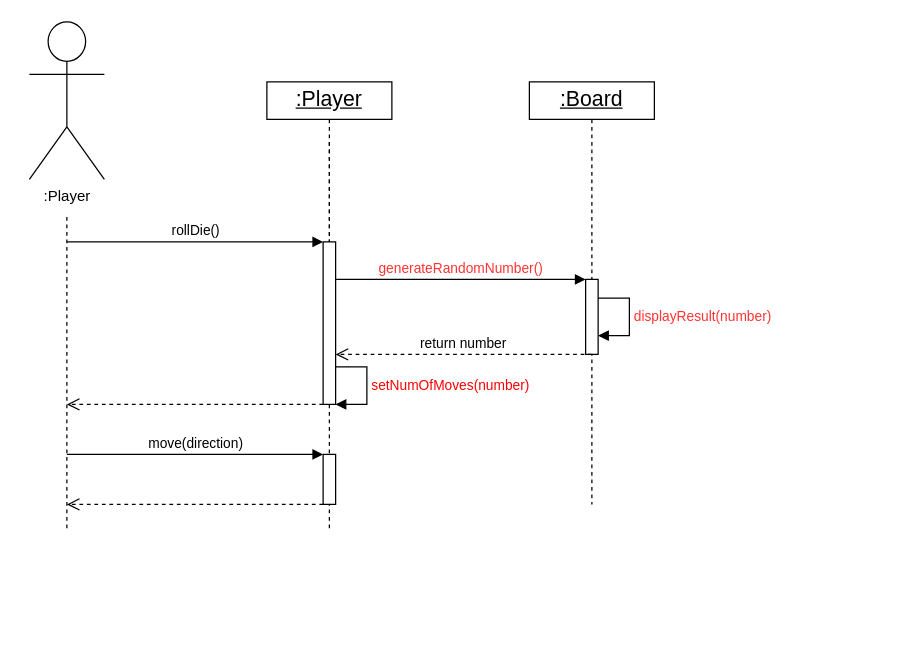
This is page "Move Player" (2 of 5) of Deliverables/Semester 1/PDF Report/Diagrams/Sequence Diagrams/Peter's Sequence diagrams.drawio from Xelodico/engineers-without-borders, a draw.io file, before an edit. Source tidied: cells renumbered, new cells numbered last; positions are measured from the earlier drawing's top-left corner, leaving out a move shared by most shapes. Both pictures are drawn from the tidied source at 125%, with x=0, y=0 at pixel (29, 21).
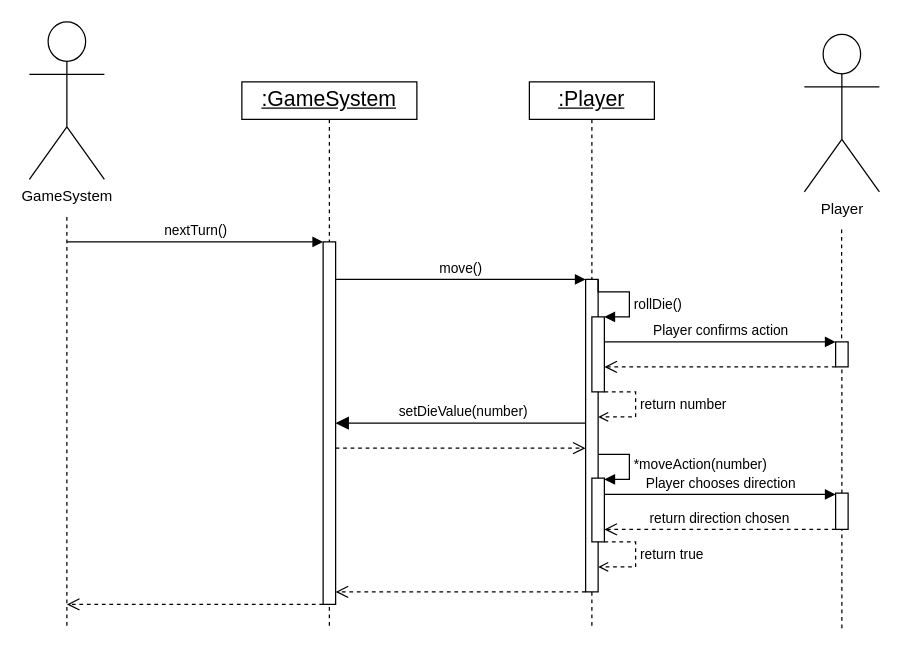
The same diagram, later.

Change to the diagram source:
```diff
@@
+    <mxCell id="13" value="setDieValue(number)" style="html=1;verticalAlign=bottom;endArrow=block;endSize=8;curved=0;rounded=0;endFill=1;" parent="1" edge="1">
+      <mxGeometry relative="1" as="geometry">
+        <mxPoint x="450" y="321" as="sourcePoint" />
+        <mxPoint x="245" y="321" as="targetPoint" />
+      </mxGeometry>
+    </mxCell>
     <mxCell id="2" style="edgeStyle=orthogonalEdgeStyle;rounded=0;orthogonalLoop=1;jettySize=auto;html=1;dashed=1;endArrow=none;endFill=0;" parent="1" edge="1">
       <mxGeometry relative="1" as="geometry">
         <mxPoint x="30" y="156" as="sourcePoint" />
-        <mxPoint x="30" y="406" as="targetPoint" />
+        <mxPoint x="30" y="486" as="targetPoint" />
       </mxGeometry>
     </mxCell>
-    <mxCell id="3" value=":Player" style="shape=umlActor;verticalLabelPosition=bottom;verticalAlign=top;html=1;" parent="1" vertex="1">
+    <mxCell id="3" value="GameSystem" style="shape=umlActor;verticalLabelPosition=bottom;verticalAlign=top;html=1;" parent="1" vertex="1">
       <mxGeometry width="60" height="126" as="geometry" />
     </mxCell>
-    <mxCell id="4" value="rollDie()" style="html=1;verticalAlign=bottom;endArrow=block;curved=0;rounded=0;" parent="1" edge="1" target="9">
+    <mxCell id="4" value="nextTurn()" style="html=1;verticalAlign=bottom;endArrow=block;curved=0;rounded=0;" parent="1" edge="1" target="9">
       <mxGeometry relative="1" as="geometry">
         <mxPoint x="30" y="176" as="sourcePoint" />
       </mxGeometry>
     </mxCell>
-    <mxCell id="5" value=":Player" style="html=1;whiteSpace=wrap;fontStyle=4;fontSize=17;horizontal=1;" parent="1" vertex="1">
-      <mxGeometry x="190" y="48" width="100" height="30" as="geometry" />
+    <mxCell id="5" value=":GameSystem" style="html=1;whiteSpace=wrap;fontStyle=4;fontSize=17;horizontal=1;" parent="1" vertex="1">
+      <mxGeometry x="170" y="48" width="140" height="30" as="geometry" />
     </mxCell>
-    <mxCell id="6" style="edgeStyle=orthogonalEdgeStyle;rounded=0;orthogonalLoop=1;jettySize=auto;html=1;dashed=1;endArrow=none;endFill=0;exitX=0.5;exitY=1;exitDx=0;exitDy=0;" parent="1" edge="1">
+    <mxCell id="6" style="edgeStyle=orthogonalEdgeStyle;rounded=0;jettySize=auto;html=1;dashed=1;endArrow=none;endFill=0;exitX=0.5;exitY=1;exitDx=0;exitDy=0;" parent="1" edge="1" source="5">
       <mxGeometry relative="1" as="geometry">
-        <mxPoint x="240" y="96" as="sourcePoint" />
-        <mxPoint x="240" y="406" as="targetPoint" />
-        <Array as="points">
-          <mxPoint x="240" y="386" />
-        </Array>
+        <mxPoint x="240" y="486" as="targetPoint" />
       </mxGeometry>
     </mxCell>
-    <mxCell id="7" style="html=1;verticalAlign=bottom;endArrow=open;dashed=1;endSize=8;curved=0;rounded=0;" parent="1" edge="1">
-      <mxGeometry relative="1" as="geometry">
-        <mxPoint x="235" y="306" as="sourcePoint" />
-        <mxPoint x="30" y="306" as="targetPoint" />
-      </mxGeometry>
-    </mxCell>
-    <mxCell id="8" style="edgeStyle=orthogonalEdgeStyle;rounded=0;jettySize=auto;html=1;dashed=1;endArrow=none;endFill=0;exitX=0.5;exitY=1;exitDx=0;exitDy=0;" parent="1" edge="1" source="5" target="9">
-      <mxGeometry relative="1" as="geometry">
-        <Array as="points">
-          <mxPoint x="240" y="186" />
-          <mxPoint x="240" y="186" />
-        </Array>
-      </mxGeometry>
-    </mxCell>
     <mxCell id="9" style="html=1;points=[[0,0,0,0,5],[0,1,0,0,-5],[1,0,0,0,5],[1,1,0,0,-5]];perimeter=orthogonalPerimeter;outlineConnect=0;targetShapes=umlLifeline;portConstraint=eastwest;newEdgeStyle={&quot;curved&quot;:0,&quot;rounded&quot;:0};" parent="1" vertex="1">
-      <mxGeometry x="235" y="176" width="10" height="130" as="geometry" />
+      <mxGeometry x="235" y="176" width="10" height="290" as="geometry" />
     </mxCell>
     <mxCell id="10" style="edgeStyle=orthogonalEdgeStyle;rounded=0;jettySize=auto;html=1;dashed=1;endArrow=none;endFill=0;exitX=0.5;exitY=1;exitDx=0;exitDy=0;" parent="1" edge="1" source="19">
       <mxGeometry relative="1" as="geometry">
-        <mxPoint x="450" y="386" as="targetPoint" />
+        <mxPoint x="450" y="486" as="targetPoint" />
+        <Array as="points">
+          <mxPoint x="450" y="186" />
+          <mxPoint x="450" y="186" />
+        </Array>
       </mxGeometry>
     </mxCell>
     <mxCell id="11" style="html=1;points=[[0,0,0,0,5],[0,1,0,0,-5],[1,0,0,0,5],[1,1,0,0,-5]];perimeter=orthogonalPerimeter;outlineConnect=0;targetShapes=umlLifeline;portConstraint=eastwest;newEdgeStyle={&quot;curved&quot;:0,&quot;rounded&quot;:0};" parent="1" vertex="1">
-      <mxGeometry x="445" y="206" width="10" height="60" as="geometry" />
+      <mxGeometry x="445" y="206" width="10" height="250" as="geometry" />
     </mxCell>
-    <mxCell id="12" value="&lt;font color=&quot;#ff3333&quot;&gt;generateRandomNumber()&lt;/font&gt;" style="html=1;verticalAlign=bottom;endArrow=block;curved=0;rounded=0;" parent="1" edge="1" target="11">
+    <mxCell id="12" value="&lt;font&gt;move()&lt;/font&gt;" style="html=1;verticalAlign=bottom;endArrow=block;curved=0;rounded=0;fontColor=#000000;" parent="1" edge="1" target="11">
       <mxGeometry relative="1" as="geometry">
         <mxPoint x="245" y="206" as="sourcePoint" />
       </mxGeometry>
     </mxCell>
-    <mxCell id="13" value="return number" style="html=1;verticalAlign=bottom;endArrow=open;dashed=1;endSize=8;curved=0;rounded=0;" parent="1" edge="1">
-      <mxGeometry relative="1" as="geometry">
-        <mxPoint x="450" y="266" as="sourcePoint" />
-        <mxPoint x="245" y="266" as="targetPoint" />
-      </mxGeometry>
-    </mxCell>
-    <mxCell id="14" value="displayResult(number)" style="html=1;align=left;spacingLeft=2;endArrow=block;rounded=0;edgeStyle=orthogonalEdgeStyle;curved=0;rounded=0;fontColor=#FF3333;" parent="1" edge="1">
-      <mxGeometry relative="1" as="geometry">
-        <mxPoint x="455" y="221" as="sourcePoint" />
-        <mxPoint x="455" y="251" as="targetPoint" />
+    <mxCell id="14" value="rollDie()" style="html=1;align=left;spacingLeft=2;endArrow=block;rounded=0;edgeStyle=orthogonalEdgeStyle;curved=0;rounded=0;fontColor=#000000;" parent="1" edge="1" target="20">
+      <mxGeometry x="0.2" relative="1" as="geometry">
+        <mxPoint x="455" y="206" as="sourcePoint" />
         <Array as="points">
-          <mxPoint x="480" y="251" />
+          <mxPoint x="455" y="216" />
+          <mxPoint x="480" y="216" />
+          <mxPoint x="480" y="236" />
         </Array>
       </mxGeometry>
     </mxCell>
-    <mxCell id="15" value="move(direction)" style="html=1;verticalAlign=bottom;endArrow=block;curved=0;rounded=0;" parent="1" edge="1">
-      <mxGeometry relative="1" as="geometry">
-        <mxPoint x="30" y="346" as="sourcePoint" />
-        <mxPoint x="235" y="346" as="targetPoint" />
-      </mxGeometry>
-    </mxCell>
-    <mxCell id="16" style="html=1;perimeter=orthogonalPerimeter;targetShapes=umlLifeline;newEdgeStyle={&quot;curved&quot;:0,&quot;rounded&quot;:0};" parent="1" vertex="1">
-      <mxGeometry x="235" y="346" width="10" height="40" as="geometry" />
-    </mxCell>
     <mxCell id="17" style="html=1;verticalAlign=bottom;endArrow=open;dashed=1;endSize=8;curved=0;rounded=0;" parent="1" edge="1">
       <mxGeometry relative="1" as="geometry">
-        <mxPoint x="235" y="386" as="sourcePoint" />
-        <mxPoint x="30" y="386" as="targetPoint" />
+        <mxPoint x="235" y="466" as="sourcePoint" />
+        <mxPoint x="30" y="466" as="targetPoint" />
       </mxGeometry>
     </mxCell>
-    <mxCell id="18" value="setNumOfMoves(number)" style="html=1;align=left;spacingLeft=2;endArrow=block;rounded=0;edgeStyle=orthogonalEdgeStyle;curved=0;rounded=0;fontColor=#FF0000;" parent="1" edge="1">
-      <mxGeometry relative="1" as="geometry">
-        <mxPoint x="245" y="276" as="sourcePoint" />
-        <mxPoint x="245" y="306" as="targetPoint" />
-        <Array as="points">
-          <mxPoint x="270" y="306" />
-        </Array>
-      </mxGeometry>
-    </mxCell>
-    <mxCell id="19" value=":Board" style="html=1;whiteSpace=wrap;fontStyle=4;fontSize=17;horizontal=1;" parent="1" vertex="1">
+    <mxCell id="19" value=":Player" style="html=1;whiteSpace=wrap;fontStyle=4;fontSize=17;horizontal=1;" parent="1" vertex="1">
       <mxGeometry x="400" y="48" width="100" height="30" as="geometry" />
     </mxCell>
+    <mxCell id="20" style="html=1;points=[[0,0,0,0,5],[0,1,0,0,-5],[1,0,0,0,5],[1,1,0,0,-5]];perimeter=orthogonalPerimeter;outlineConnect=0;targetShapes=umlLifeline;portConstraint=eastwest;newEdgeStyle={&quot;curved&quot;:0,&quot;rounded&quot;:0};" parent="1" vertex="1">
+      <mxGeometry x="450" y="236" width="10" height="60" as="geometry" />
+    </mxCell>
+    <mxCell id="21" value="return number" style="html=1;align=left;spacingLeft=2;endArrow=open;rounded=0;edgeStyle=orthogonalEdgeStyle;curved=0;rounded=0;fontColor=#000000;dashed=1;endFill=0;" parent="1" edge="1">
+      <mxGeometry x="-0.07" relative="1" as="geometry">
+        <mxPoint x="460" y="296" as="sourcePoint" />
+        <mxPoint x="455" y="316" as="targetPoint" />
+        <Array as="points">
+          <mxPoint x="485" y="296" />
+          <mxPoint x="485" y="316" />
+        </Array>
+      </mxGeometry>
+    </mxCell>
+    <mxCell id="22" style="html=1;verticalAlign=bottom;endArrow=open;dashed=1;endSize=8;curved=0;rounded=0;" parent="1" edge="1">
+      <mxGeometry relative="1" as="geometry">
+        <mxPoint x="245" y="341" as="sourcePoint" />
+        <mxPoint x="445" y="341" as="targetPoint" />
+      </mxGeometry>
+    </mxCell>
+    <mxCell id="23" value="*moveAction(number)" style="html=1;align=left;spacingLeft=2;endArrow=block;rounded=0;edgeStyle=orthogonalEdgeStyle;curved=0;rounded=0;fontColor=#000000;strokeColor=#000000;" parent="1" edge="1">
+      <mxGeometry relative="1" as="geometry">
+        <mxPoint x="455" y="346" as="sourcePoint" />
+        <mxPoint x="460" y="366" as="targetPoint" />
+        <Array as="points">
+          <mxPoint x="480" y="346" />
+          <mxPoint x="480" y="366" />
+        </Array>
+      </mxGeometry>
+    </mxCell>
+    <mxCell id="24" style="html=1;verticalAlign=bottom;endArrow=open;dashed=1;endSize=8;curved=0;rounded=0;" parent="1" edge="1">
+      <mxGeometry relative="1" as="geometry">
+        <mxPoint x="445" y="456" as="sourcePoint" />
+        <mxPoint x="245" y="456" as="targetPoint" />
+      </mxGeometry>
+    </mxCell>
+    <mxCell id="25" value="Player" style="shape=umlActor;verticalLabelPosition=bottom;verticalAlign=top;html=1;" parent="1" vertex="1">
+      <mxGeometry x="620" y="10" width="60" height="126" as="geometry" />
+    </mxCell>
+    <mxCell id="26" value="Player confirms action" style="html=1;verticalAlign=bottom;endArrow=block;curved=0;rounded=0;fontColor=#000000;strokeColor=#000000;" parent="1" edge="1">
+      <mxGeometry relative="1" as="geometry">
+        <mxPoint x="460" y="256" as="sourcePoint" />
+        <mxPoint x="645" y="256" as="targetPoint" />
+      </mxGeometry>
+    </mxCell>
+    <mxCell id="27" style="edgeStyle=orthogonalEdgeStyle;rounded=0;jettySize=auto;html=1;dashed=1;endArrow=none;endFill=0;exitX=0.5;exitY=1;exitDx=0;exitDy=0;startArrow=none;" parent="1" edge="1" source="29">
+      <mxGeometry relative="1" as="geometry">
+        <mxPoint x="650" y="486" as="targetPoint" />
+        <Array as="points">
+          <mxPoint x="649.8" y="274" />
+          <mxPoint x="649.8" y="274" />
+        </Array>
+      </mxGeometry>
+    </mxCell>
+    <mxCell id="28" style="edgeStyle=orthogonalEdgeStyle;rounded=0;jettySize=auto;html=1;dashed=1;endArrow=none;endFill=0;exitX=0.5;exitY=1;exitDx=0;exitDy=0;" parent="1" edge="1" target="29">
+      <mxGeometry relative="1" as="geometry">
+        <mxPoint x="649.8" y="166" as="sourcePoint" />
+        <Array as="points">
+          <mxPoint x="650" y="226" />
+          <mxPoint x="650" y="226" />
+        </Array>
+      </mxGeometry>
+    </mxCell>
+    <mxCell id="29" style="html=1;points=[[0,0,0,0,5],[0,1,0,0,-5],[1,0,0,0,5],[1,1,0,0,-5]];perimeter=orthogonalPerimeter;outlineConnect=0;targetShapes=umlLifeline;portConstraint=eastwest;newEdgeStyle={&quot;curved&quot;:0,&quot;rounded&quot;:0};" parent="1" vertex="1">
+      <mxGeometry x="645" y="256" width="10" height="20" as="geometry" />
+    </mxCell>
+    <mxCell id="30" style="html=1;points=[[0,0,0,0,5],[0,1,0,0,-5],[1,0,0,0,5],[1,1,0,0,-5]];perimeter=orthogonalPerimeter;outlineConnect=0;targetShapes=umlLifeline;portConstraint=eastwest;newEdgeStyle={&quot;curved&quot;:0,&quot;rounded&quot;:0};" parent="1" vertex="1">
+      <mxGeometry x="450" y="365" width="10" height="51" as="geometry" />
+    </mxCell>
+    <mxCell id="31" style="html=1;verticalAlign=bottom;endArrow=open;dashed=1;endSize=8;curved=0;rounded=0;" parent="1" edge="1" source="29">
+      <mxGeometry relative="1" as="geometry">
+        <mxPoint x="460" y="276" as="targetPoint" />
+      </mxGeometry>
+    </mxCell>
+    <mxCell id="32" value="Player chooses direction" style="html=1;verticalAlign=bottom;endArrow=block;curved=0;rounded=0;fontColor=#000000;" parent="1" edge="1" source="30">
+      <mxGeometry relative="1" as="geometry">
+        <mxPoint x="645" y="378" as="targetPoint" />
+      </mxGeometry>
+    </mxCell>
+    <mxCell id="33" style="html=1;perimeter=orthogonalPerimeter;targetShapes=umlLifeline;newEdgeStyle={&quot;curved&quot;:0,&quot;rounded&quot;:0};" parent="1" vertex="1">
+      <mxGeometry x="645" y="377" width="10" height="29" as="geometry" />
+    </mxCell>
+    <mxCell id="34" value="return direction chosen" style="html=1;verticalAlign=bottom;endArrow=open;dashed=1;endSize=8;curved=0;rounded=0;" parent="1" edge="1">
+      <mxGeometry relative="1" as="geometry">
+        <mxPoint x="645" y="406" as="sourcePoint" />
+        <mxPoint x="460" y="406" as="targetPoint" />
+      </mxGeometry>
+    </mxCell>
+    <mxCell id="35" value="return true" style="html=1;align=left;spacingLeft=2;endArrow=open;rounded=0;edgeStyle=orthogonalEdgeStyle;curved=0;rounded=0;fontColor=#000000;dashed=1;endFill=0;" parent="1" edge="1">
+      <mxGeometry x="-0.07" relative="1" as="geometry">
+        <mxPoint x="460" y="416" as="sourcePoint" />
+        <mxPoint x="455" y="436" as="targetPoint" />
+        <Array as="points">
+          <mxPoint x="485" y="416" />
+          <mxPoint x="485" y="436" />
+        </Array>
+      </mxGeometry>
+    </mxCell>
```
